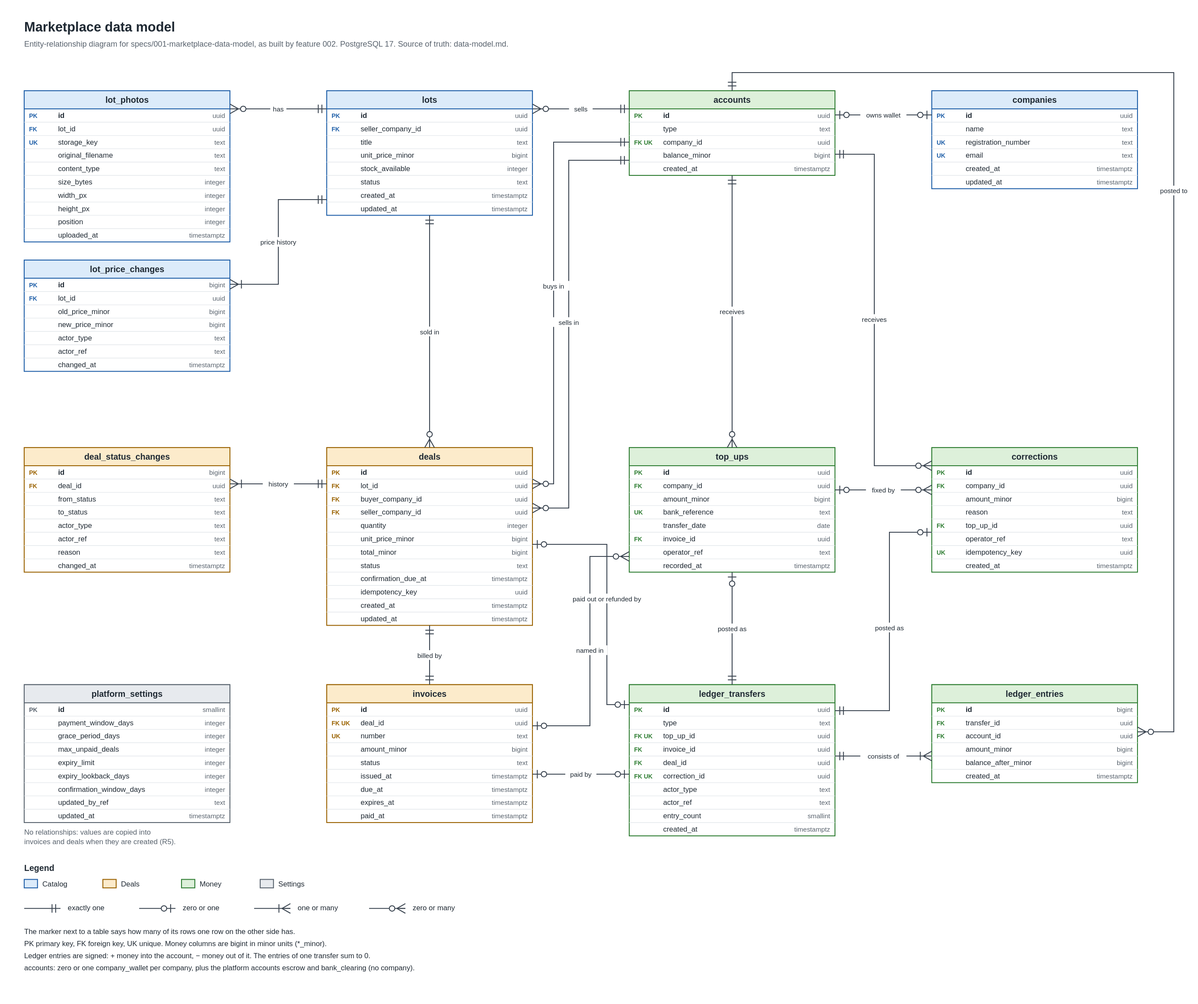
Above: specs/001-marketplace-data-model/erd.drawio.svg in adadychanka/hopeffer-pet-project (draw.io), before the change. Source tidied: cells renumbered, new cells last; positions are measured from the earlier drawing's top-left corner, leaving out a move shared by most shapes.
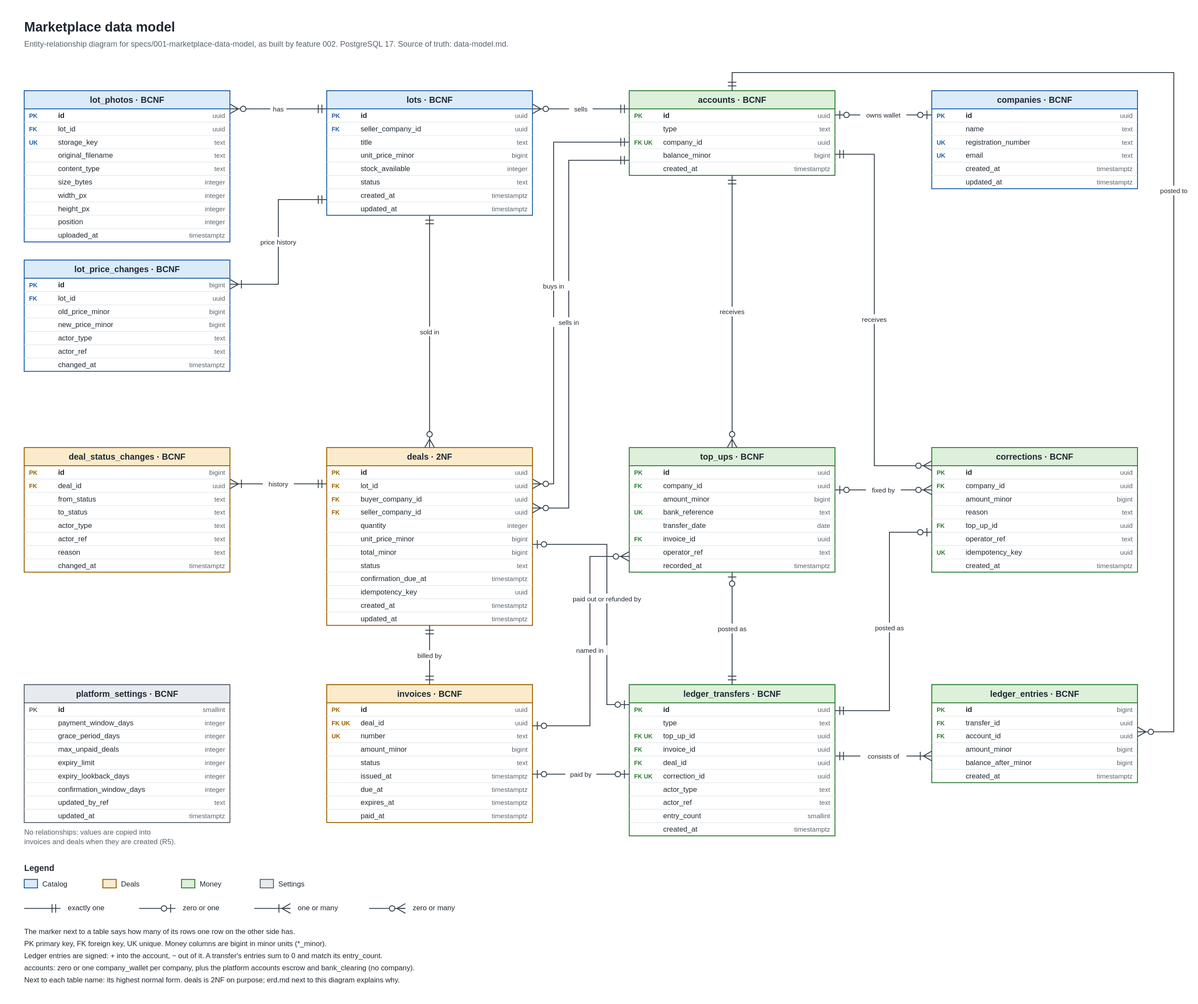
The same diagram one commit later.

Commit message:
docs(database): describe every table, field and normal form next to the ERD

Change to the diagram source:
```diff
@@ -8,7 +8,7 @@
     <mxCell id="3" value="Entity-relationship diagram for specs/001-marketplace-data-model, as built by feature 002. PostgreSQL 17. Source of truth: data-model.md." style="text;html=1;strokeColor=none;fillColor=none;align=left;verticalAlign=top;whiteSpace=wrap;spacing=0;fontSize=13;fontColor=#59636E;" parent="1" vertex="1">
       <mxGeometry y="32" width="1400" height="20" as="geometry" />
     </mxCell>
-    <mxCell id="4" value="companies" style="shape=table;startSize=30;rowLines=0;fontStyle=1;align=center;html=1;fontSize=14;fillColor=#DCEBFA;strokeColor=#1F5FA8;swimlaneFillColor=#ffffff;fontColor=#1F2933;" parent="1" vertex="1">
+    <mxCell id="4" value="companies · BCNF" style="shape=table;startSize=30;rowLines=0;fontStyle=1;align=center;html=1;fontSize=14;fillColor=#DCEBFA;strokeColor=#1F5FA8;swimlaneFillColor=#ffffff;fontColor=#1F2933;" parent="1" vertex="1">
       <mxGeometry x="1500" y="118" width="340" height="162" as="geometry" />
     </mxCell>
     <mxCell id="5" style="shape=tableRow;horizontal=0;startSize=0;swimlaneHead=0;swimlaneBody=0;fillColor=none;top=0;left=0;right=0;bottom=1;strokeColor=#E3E7EB;html=1;" parent="4" vertex="1">
@@ -83,7 +83,7 @@
     <mxCell id="28" value="timestamptz" style="shape=partialRectangle;fillColor=none;top=0;left=0;bottom=0;right=0;overflow=hidden;html=1;whiteSpace=wrap;align=right;spacingRight=8;fontSize=11;fontColor=#59636E;" parent="25" vertex="1">
       <mxGeometry x="234" width="106" height="22" as="geometry" />
     </mxCell>
-    <mxCell id="29" value="accounts" style="shape=table;startSize=30;rowLines=0;fontStyle=1;align=center;html=1;fontSize=14;fillColor=#DDF0DA;strokeColor=#2E7D32;swimlaneFillColor=#ffffff;fontColor=#1F2933;" parent="1" vertex="1">
+    <mxCell id="29" value="accounts · BCNF" style="shape=table;startSize=30;rowLines=0;fontStyle=1;align=center;html=1;fontSize=14;fillColor=#DDF0DA;strokeColor=#2E7D32;swimlaneFillColor=#ffffff;fontColor=#1F2933;" parent="1" vertex="1">
       <mxGeometry x="1000" y="118" width="340" height="140" as="geometry" />
     </mxCell>
     <mxCell id="30" style="shape=tableRow;horizontal=0;startSize=0;swimlaneHead=0;swimlaneBody=0;fillColor=none;top=0;left=0;right=0;bottom=1;strokeColor=#E3E7EB;html=1;" parent="29" vertex="1">
@@ -146,7 +146,7 @@
     <mxCell id="49" value="timestamptz" style="shape=partialRectangle;fillColor=none;top=0;left=0;bottom=0;right=0;overflow=hidden;html=1;whiteSpace=wrap;align=right;spacingRight=8;fontSize=11;fontColor=#59636E;" parent="46" vertex="1">
       <mxGeometry x="234" width="106" height="22" as="geometry" />
     </mxCell>
-    <mxCell id="50" value="lots" style="shape=table;startSize=30;rowLines=0;fontStyle=1;align=center;html=1;fontSize=14;fillColor=#DCEBFA;strokeColor=#1F5FA8;swimlaneFillColor=#ffffff;fontColor=#1F2933;" parent="1" vertex="1">
+    <mxCell id="50" value="lots · BCNF" style="shape=table;startSize=30;rowLines=0;fontStyle=1;align=center;html=1;fontSize=14;fillColor=#DCEBFA;strokeColor=#1F5FA8;swimlaneFillColor=#ffffff;fontColor=#1F2933;" parent="1" vertex="1">
       <mxGeometry x="500" y="118" width="340" height="206" as="geometry" />
     </mxCell>
     <mxCell id="51" style="shape=tableRow;horizontal=0;startSize=0;swimlaneHead=0;swimlaneBody=0;fillColor=none;top=0;left=0;right=0;bottom=1;strokeColor=#E3E7EB;html=1;" parent="50" vertex="1">
@@ -245,7 +245,7 @@
     <mxCell id="82" value="timestamptz" style="shape=partialRectangle;fillColor=none;top=0;left=0;bottom=0;right=0;overflow=hidden;html=1;whiteSpace=wrap;align=right;spacingRight=8;fontSize=11;fontColor=#59636E;" parent="79" vertex="1">
       <mxGeometry x="234" width="106" height="22" as="geometry" />
     </mxCell>
-    <mxCell id="83" value="lot_photos" style="shape=table;startSize=30;rowLines=0;fontStyle=1;align=center;html=1;fontSize=14;fillColor=#DCEBFA;strokeColor=#1F5FA8;swimlaneFillColor=#ffffff;fontColor=#1F2933;" parent="1" vertex="1">
+    <mxCell id="83" value="lot_photos · BCNF" style="shape=table;startSize=30;rowLines=0;fontStyle=1;align=center;html=1;fontSize=14;fillColor=#DCEBFA;strokeColor=#1F5FA8;swimlaneFillColor=#ffffff;fontColor=#1F2933;" parent="1" vertex="1">
       <mxGeometry y="118" width="340" height="250" as="geometry" />
     </mxCell>
     <mxCell id="84" style="shape=tableRow;horizontal=0;startSize=0;swimlaneHead=0;swimlaneBody=0;fillColor=none;top=0;left=0;right=0;bottom=1;strokeColor=#E3E7EB;html=1;" parent="83" vertex="1">
@@ -368,7 +368,7 @@
     <mxCell id="123" value="timestamptz" style="shape=partialRectangle;fillColor=none;top=0;left=0;bottom=0;right=0;overflow=hidden;html=1;whiteSpace=wrap;align=right;spacingRight=8;fontSize=11;fontColor=#59636E;" parent="120" vertex="1">
       <mxGeometry x="234" width="106" height="22" as="geometry" />
     </mxCell>
-    <mxCell id="124" value="lot_price_changes" style="shape=table;startSize=30;rowLines=0;fontStyle=1;align=center;html=1;fontSize=14;fillColor=#DCEBFA;strokeColor=#1F5FA8;swimlaneFillColor=#ffffff;fontColor=#1F2933;" parent="1" vertex="1">
+    <mxCell id="124" value="lot_price_changes · BCNF" style="shape=table;startSize=30;rowLines=0;fontStyle=1;align=center;html=1;fontSize=14;fillColor=#DCEBFA;strokeColor=#1F5FA8;swimlaneFillColor=#ffffff;fontColor=#1F2933;" parent="1" vertex="1">
       <mxGeometry y="398" width="340" height="184" as="geometry" />
     </mxCell>
     <mxCell id="125" style="shape=tableRow;horizontal=0;startSize=0;swimlaneHead=0;swimlaneBody=0;fillColor=none;top=0;left=0;right=0;bottom=1;strokeColor=#E3E7EB;html=1;" parent="124" vertex="1">
@@ -455,7 +455,7 @@
     <mxCell id="152" value="timestamptz" style="shape=partialRectangle;fillColor=none;top=0;left=0;bottom=0;right=0;overflow=hidden;html=1;whiteSpace=wrap;align=right;spacingRight=8;fontSize=11;fontColor=#59636E;" parent="149" vertex="1">
       <mxGeometry x="234" width="106" height="22" as="geometry" />
     </mxCell>
-    <mxCell id="153" value="deals" style="shape=table;startSize=30;rowLines=0;fontStyle=1;align=center;html=1;fontSize=14;fillColor=#FCEBCB;strokeColor=#9A6200;swimlaneFillColor=#ffffff;fontColor=#1F2933;" parent="1" vertex="1">
+    <mxCell id="153" value="deals · 2NF" style="shape=table;startSize=30;rowLines=0;fontStyle=1;align=center;html=1;fontSize=14;fillColor=#FCEBCB;strokeColor=#9A6200;swimlaneFillColor=#ffffff;fontColor=#1F2933;" parent="1" vertex="1">
       <mxGeometry x="500" y="708" width="340" height="294" as="geometry" />
     </mxCell>
     <mxCell id="154" style="shape=tableRow;horizontal=0;startSize=0;swimlaneHead=0;swimlaneBody=0;fillColor=none;top=0;left=0;right=0;bottom=1;strokeColor=#E3E7EB;html=1;" parent="153" vertex="1">
@@ -602,7 +602,7 @@
     <mxCell id="201" value="timestamptz" style="shape=partialRectangle;fillColor=none;top=0;left=0;bottom=0;right=0;overflow=hidden;html=1;whiteSpace=wrap;align=right;spacingRight=8;fontSize=11;fontColor=#59636E;" parent="198" vertex="1">
       <mxGeometry x="234" width="106" height="22" as="geometry" />
     </mxCell>
-    <mxCell id="202" value="deal_status_changes" style="shape=table;startSize=30;rowLines=0;fontStyle=1;align=center;html=1;fontSize=14;fillColor=#FCEBCB;strokeColor=#9A6200;swimlaneFillColor=#ffffff;fontColor=#1F2933;" parent="1" vertex="1">
+    <mxCell id="202" value="deal_status_changes · BCNF" style="shape=table;startSize=30;rowLines=0;fontStyle=1;align=center;html=1;fontSize=14;fillColor=#FCEBCB;strokeColor=#9A6200;swimlaneFillColor=#ffffff;fontColor=#1F2933;" parent="1" vertex="1">
       <mxGeometry y="708" width="340" height="206" as="geometry" />
     </mxCell>
     <mxCell id="203" style="shape=tableRow;horizontal=0;startSize=0;swimlaneHead=0;swimlaneBody=0;fillColor=none;top=0;left=0;right=0;bottom=1;strokeColor=#E3E7EB;html=1;" parent="202" vertex="1">
@@ -701,7 +701,7 @@
     <mxCell id="234" value="timestamptz" style="shape=partialRectangle;fillColor=none;top=0;left=0;bottom=0;right=0;overflow=hidden;html=1;whiteSpace=wrap;align=right;spacingRight=8;fontSize=11;fontColor=#59636E;" parent="231" vertex="1">
       <mxGeometry x="234" width="106" height="22" as="geometry" />
     </mxCell>
-    <mxCell id="235" value="invoices" style="shape=table;startSize=30;rowLines=0;fontStyle=1;align=center;html=1;fontSize=14;fillColor=#FCEBCB;strokeColor=#9A6200;swimlaneFillColor=#ffffff;fontColor=#1F2933;" parent="1" vertex="1">
+    <mxCell id="235" value="invoices · BCNF" style="shape=table;startSize=30;rowLines=0;fontStyle=1;align=center;html=1;fontSize=14;fillColor=#FCEBCB;strokeColor=#9A6200;swimlaneFillColor=#ffffff;fontColor=#1F2933;" parent="1" vertex="1">
       <mxGeometry x="500" y="1100" width="340" height="228" as="geometry" />
     </mxCell>
     <mxCell id="236" style="shape=tableRow;horizontal=0;startSize=0;swimlaneHead=0;swimlaneBody=0;fillColor=none;top=0;left=0;right=0;bottom=1;strokeColor=#E3E7EB;html=1;" parent="235" vertex="1">
@@ -812,7 +812,7 @@
     <mxCell id="271" value="timestamptz" style="shape=partialRectangle;fillColor=none;top=0;left=0;bottom=0;right=0;overflow=hidden;html=1;whiteSpace=wrap;align=right;spacingRight=8;fontSize=11;fontColor=#59636E;" parent="268" vertex="1">
       <mxGeometry x="234" width="106" height="22" as="geometry" />
     </mxCell>
-    <mxCell id="272" value="ledger_transfers" style="shape=table;startSize=30;rowLines=0;fontStyle=1;align=center;html=1;fontSize=14;fillColor=#DDF0DA;strokeColor=#2E7D32;swimlaneFillColor=#ffffff;fontColor=#1F2933;" parent="1" vertex="1">
+    <mxCell id="272" value="ledger_transfers · BCNF" style="shape=table;startSize=30;rowLines=0;fontStyle=1;align=center;html=1;fontSize=14;fillColor=#DDF0DA;strokeColor=#2E7D32;swimlaneFillColor=#ffffff;fontColor=#1F2933;" parent="1" vertex="1">
       <mxGeometry x="1000" y="1100" width="340" height="250" as="geometry" />
     </mxCell>
     <mxCell id="273" style="shape=tableRow;horizontal=0;startSize=0;swimlaneHead=0;swimlaneBody=0;fillColor=none;top=0;left=0;right=0;bottom=1;strokeColor=#E3E7EB;html=1;" parent="272" vertex="1">
@@ -935,7 +935,7 @@
     <mxCell id="312" value="timestamptz" style="shape=partialRectangle;fillColor=none;top=0;left=0;bottom=0;right=0;overflow=hidden;html=1;whiteSpace=wrap;align=right;spacingRight=8;fontSize=11;fontColor=#59636E;" parent="309" vertex="1">
       <mxGeometry x="234" width="106" height="22" as="geometry" />
     </mxCell>
-    <mxCell id="313" value="ledger_entries" style="shape=table;startSize=30;rowLines=0;fontStyle=1;align=center;html=1;fontSize=14;fillColor=#DDF0DA;strokeColor=#2E7D32;swimlaneFillColor=#ffffff;fontColor=#1F2933;" parent="1" vertex="1">
+    <mxCell id="313" value="ledger_entries · BCNF" style="shape=table;startSize=30;rowLines=0;fontStyle=1;align=center;html=1;fontSize=14;fillColor=#DDF0DA;strokeColor=#2E7D32;swimlaneFillColor=#ffffff;fontColor=#1F2933;" parent="1" vertex="1">
       <mxGeometry x="1500" y="1100" width="340" height="162" as="geometry" />
     </mxCell>
     <mxCell id="314" style="shape=tableRow;horizontal=0;startSize=0;swimlaneHead=0;swimlaneBody=0;fillColor=none;top=0;left=0;right=0;bottom=1;strokeColor=#E3E7EB;html=1;" parent="313" vertex="1">
@@ -1010,7 +1010,7 @@
     <mxCell id="337" value="timestamptz" style="shape=partialRectangle;fillColor=none;top=0;left=0;bottom=0;right=0;overflow=hidden;html=1;whiteSpace=wrap;align=right;spacingRight=8;fontSize=11;fontColor=#59636E;" parent="334" vertex="1">
       <mxGeometry x="234" width="106" height="22" as="geometry" />
     </mxCell>
-    <mxCell id="338" value="top_ups" style="shape=table;startSize=30;rowLines=0;fontStyle=1;align=center;html=1;fontSize=14;fillColor=#DDF0DA;strokeColor=#2E7D32;swimlaneFillColor=#ffffff;fontColor=#1F2933;" parent="1" vertex="1">
+    <mxCell id="338" value="top_ups · BCNF" style="shape=table;startSize=30;rowLines=0;fontStyle=1;align=center;html=1;fontSize=14;fillColor=#DDF0DA;strokeColor=#2E7D32;swimlaneFillColor=#ffffff;fontColor=#1F2933;" parent="1" vertex="1">
       <mxGeometry x="1000" y="708" width="340" height="206" as="geometry" />
     </mxCell>
     <mxCell id="339" style="shape=tableRow;horizontal=0;startSize=0;swimlaneHead=0;swimlaneBody=0;fillColor=none;top=0;left=0;right=0;bottom=1;strokeColor=#E3E7EB;html=1;" parent="338" vertex="1">
@@ -1109,7 +1109,7 @@
     <mxCell id="370" value="timestamptz" style="shape=partialRectangle;fillColor=none;top=0;left=0;bottom=0;right=0;overflow=hidden;html=1;whiteSpace=wrap;align=right;spacingRight=8;fontSize=11;fontColor=#59636E;" parent="367" vertex="1">
       <mxGeometry x="234" width="106" height="22" as="geometry" />
     </mxCell>
-    <mxCell id="371" value="corrections" style="shape=table;startSize=30;rowLines=0;fontStyle=1;align=center;html=1;fontSize=14;fillColor=#DDF0DA;strokeColor=#2E7D32;swimlaneFillColor=#ffffff;fontColor=#1F2933;" parent="1" vertex="1">
+    <mxCell id="371" value="corrections · BCNF" style="shape=table;startSize=30;rowLines=0;fontStyle=1;align=center;html=1;fontSize=14;fillColor=#DDF0DA;strokeColor=#2E7D32;swimlaneFillColor=#ffffff;fontColor=#1F2933;" parent="1" vertex="1">
       <mxGeometry x="1500" y="708" width="340" height="206" as="geometry" />
     </mxCell>
     <mxCell id="372" style="shape=tableRow;horizontal=0;startSize=0;swimlaneHead=0;swimlaneBody=0;fillColor=none;top=0;left=0;right=0;bottom=1;strokeColor=#E3E7EB;html=1;" parent="371" vertex="1">
@@ -1208,7 +1208,7 @@
     <mxCell id="403" value="timestamptz" style="shape=partialRectangle;fillColor=none;top=0;left=0;bottom=0;right=0;overflow=hidden;html=1;whiteSpace=wrap;align=right;spacingRight=8;fontSize=11;fontColor=#59636E;" parent="400" vertex="1">
       <mxGeometry x="234" width="106" height="22" as="geometry" />
     </mxCell>
-    <mxCell id="404" value="platform_settings" style="shape=table;startSize=30;rowLines=0;fontStyle=1;align=center;html=1;fontSize=14;fillColor=#E7EAEE;strokeColor=#59636E;swimlaneFillColor=#ffffff;fontColor=#1F2933;" parent="1" vertex="1">
+    <mxCell id="404" value="platform_settings · BCNF" style="shape=table;startSize=30;rowLines=0;fontStyle=1;align=center;html=1;fontSize=14;fillColor=#E7EAEE;strokeColor=#59636E;swimlaneFillColor=#ffffff;fontColor=#1F2933;" parent="1" vertex="1">
       <mxGeometry y="1100" width="340" height="228" as="geometry" />
     </mxCell>
     <mxCell id="405" style="shape=tableRow;horizontal=0;startSize=0;swimlaneHead=0;swimlaneBody=0;fillColor=none;top=0;left=0;right=0;bottom=1;strokeColor=#E3E7EB;html=1;" parent="404" vertex="1">
@@ -1489,11 +1489,14 @@
     <mxCell id="479" value="PK primary key, FK foreign key, UK unique. Money columns are bigint in minor units (*_minor)." style="text;html=1;strokeColor=none;fillColor=none;align=left;verticalAlign=top;whiteSpace=wrap;spacing=0;fontSize=12;fontColor=#1F2933;" parent="1" vertex="1">
       <mxGeometry y="1520" width="900" height="16" as="geometry" />
     </mxCell>
-    <mxCell id="480" value="Ledger entries are signed: + money into the account, − money out of it. The entries of one transfer sum to 0." style="text;html=1;strokeColor=none;fillColor=none;align=left;verticalAlign=top;whiteSpace=wrap;spacing=0;fontSize=12;fontColor=#1F2933;" parent="1" vertex="1">
+    <mxCell id="480" value="Ledger entries are signed: + into the account, − out of it. A transfer's entries sum to 0 and match its entry_count." style="text;html=1;strokeColor=none;fillColor=none;align=left;verticalAlign=top;whiteSpace=wrap;spacing=0;fontSize=12;fontColor=#1F2933;" parent="1" vertex="1">
       <mxGeometry y="1540" width="900" height="16" as="geometry" />
     </mxCell>
     <mxCell id="481" value="accounts: zero or one company_wallet per company, plus the platform accounts escrow and bank_clearing (no company)." style="text;html=1;strokeColor=none;fillColor=none;align=left;verticalAlign=top;whiteSpace=wrap;spacing=0;fontSize=12;fontColor=#1F2933;" parent="1" vertex="1">
       <mxGeometry y="1560" width="900" height="16" as="geometry" />
     </mxCell>
+    <mxCell id="482" value="Next to each table name: its highest normal form. deals is 2NF on purpose; erd.md next to this diagram explains why." style="text;html=1;strokeColor=none;fillColor=none;align=left;verticalAlign=top;whiteSpace=wrap;spacing=0;fontSize=12;fontColor=#1F2933;" parent="1" vertex="1">
+      <mxGeometry y="1580" width="900" height="16" as="geometry" />
+    </mxCell>
   </root>
 </mxGraphModel>
```
